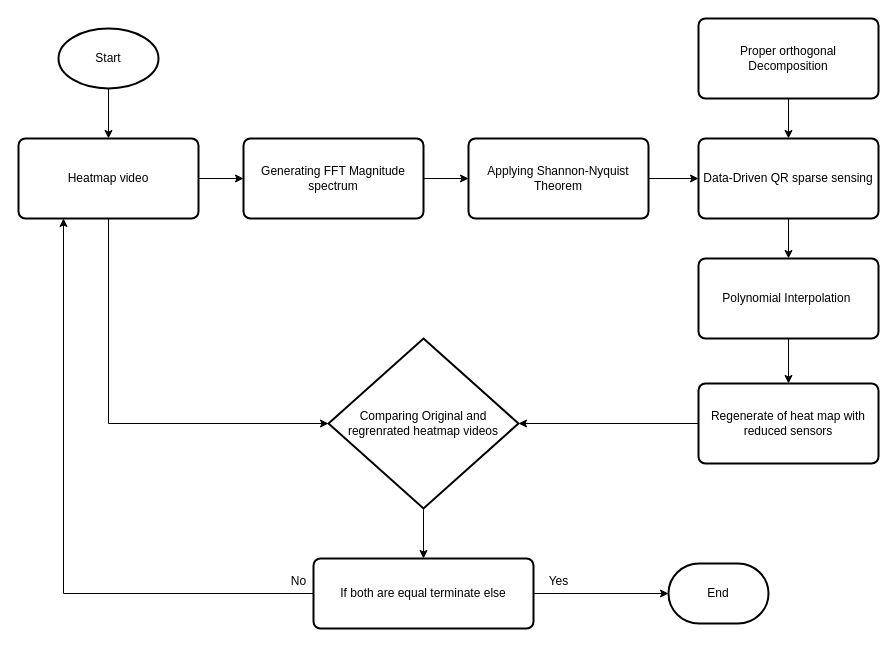
surya-9556/Optimizing-Sensor-Placement keeps this draw.io diagram as page "Page-2" (2 of 3) of Flow Chart.drawio. Above is the earlier version. Source tidied: cells renumbered, new cells numbered last; positions are measured from the earlier drawing's top-left corner, leaving out a move shared by most shapes. Both pictures are drawn from the tidied source at 100%, with x=0, y=0 at pixel (18, 18).
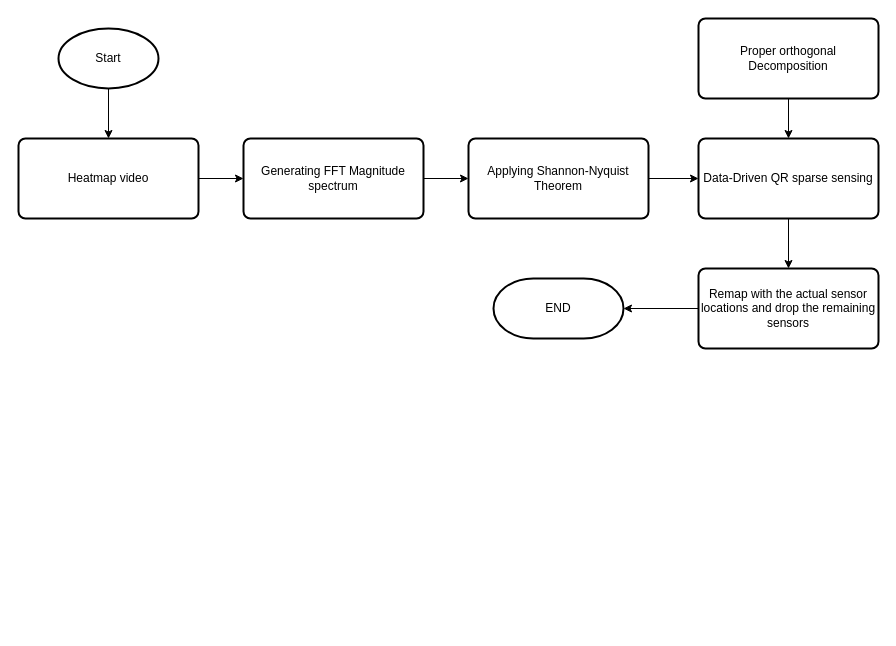
After the change.

The change refers to these unchanged cells:
```xml
<mxCell id="5" value="Heatmap video" style="rounded=1;whiteSpace=wrap;html=1;absoluteArcSize=1;arcSize=14;strokeWidth=2;" parent="1" vertex="1">
  <mxGeometry y="120" width="180" height="80" as="geometry" />
</mxCell>
<mxCell id="11" value="Data-Driven QR sparse sensing" style="rounded=1;whiteSpace=wrap;html=1;absoluteArcSize=1;arcSize=14;strokeWidth=2;" parent="1" vertex="1">
  <mxGeometry x="680" y="120" width="180" height="80" as="geometry" />
</mxCell>
```

Diff of the diagram source:
```diff
@@
-    <mxCell id="10" style="edgeStyle=orthogonalEdgeStyle;rounded=0;jettySize=auto;html=1;exitX=0.5;exitY=1;exitDx=0;exitDy=0;entryX=0.5;entryY=0;entryDx=0;entryDy=0;" parent="1" edge="1" source="11" target="12">
-      <mxGeometry relative="1" as="geometry" />
-    </mxCell>
@@
-    <mxCell id="12" value="Polynomial Interpolation&amp;nbsp;" style="rounded=1;whiteSpace=wrap;html=1;absoluteArcSize=1;arcSize=14;strokeWidth=2;" parent="1" vertex="1">
-      <mxGeometry x="680" y="240" width="180" height="80" as="geometry" />
-    </mxCell>
@@
-    <mxCell id="15" style="edgeStyle=orthogonalEdgeStyle;rounded=0;jettySize=auto;html=1;exitX=0.5;exitY=1;exitDx=0;exitDy=0;entryX=0.5;entryY=0;entryDx=0;entryDy=0;" parent="1" edge="1" source="12" target="16">
+    <mxCell id="15" style="edgeStyle=orthogonalEdgeStyle;rounded=0;jettySize=auto;html=1;exitX=0.5;exitY=1;exitDx=0;exitDy=0;entryX=0.5;entryY=0;entryDx=0;entryDy=0;" parent="1" edge="1" source="11" target="27">
       <mxGeometry relative="1" as="geometry" />
     </mxCell>
-    <mxCell id="16" value="Regenerate of heat map with reduced sensors" style="rounded=1;whiteSpace=wrap;html=1;absoluteArcSize=1;arcSize=14;strokeWidth=2;" parent="1" vertex="1">
-      <mxGeometry x="680" y="365" width="180" height="80" as="geometry" />
-    </mxCell>
-    <mxCell id="17" style="edgeStyle=orthogonalEdgeStyle;rounded=0;jettySize=auto;html=1;exitX=0.5;exitY=1;exitDx=0;exitDy=0;exitPerimeter=0;entryX=0.5;entryY=0;entryDx=0;entryDy=0;" parent="1" edge="1" source="18" target="22">
-      <mxGeometry relative="1" as="geometry" />
-    </mxCell>
-    <mxCell id="18" value="Comparing Original and regrenrated heatmap videos" style="strokeWidth=2;html=1;shape=mxgraph.flowchart.decision;whiteSpace=wrap;" parent="1" vertex="1">
-      <mxGeometry x="310" y="320" width="190" height="170" as="geometry" />
-    </mxCell>
-    <mxCell id="19" style="edgeStyle=orthogonalEdgeStyle;rounded=0;jettySize=auto;html=1;exitX=0;exitY=0.5;exitDx=0;exitDy=0;entryX=1;entryY=0.5;entryDx=0;entryDy=0;entryPerimeter=0;" parent="1" edge="1" source="16" target="18">
-      <mxGeometry relative="1" as="geometry" />
-    </mxCell>
-    <mxCell id="20" style="edgeStyle=orthogonalEdgeStyle;rounded=0;jettySize=auto;html=1;exitX=0.5;exitY=1;exitDx=0;exitDy=0;entryX=0;entryY=0.5;entryDx=0;entryDy=0;entryPerimeter=0;" parent="1" edge="1" source="5" target="18">
-      <mxGeometry relative="1" as="geometry" />
-    </mxCell>
-    <mxCell id="21" style="edgeStyle=orthogonalEdgeStyle;rounded=0;jettySize=auto;html=1;exitX=0;exitY=0.5;exitDx=0;exitDy=0;entryX=0.25;entryY=1;entryDx=0;entryDy=0;" parent="1" edge="1" source="22" target="5">
-      <mxGeometry relative="1" as="geometry" />
-    </mxCell>
-    <mxCell id="22" value="If both are equal terminate else" style="rounded=1;whiteSpace=wrap;html=1;absoluteArcSize=1;arcSize=14;strokeWidth=2;" parent="1" vertex="1">
-      <mxGeometry x="295" y="540" width="220" height="70" as="geometry" />
-    </mxCell>
-    <mxCell id="23" value="End" style="strokeWidth=2;html=1;shape=mxgraph.flowchart.terminator;whiteSpace=wrap;" parent="1" vertex="1">
-      <mxGeometry x="650" y="545" width="100" height="60" as="geometry" />
-    </mxCell>
-    <mxCell id="24" style="edgeStyle=orthogonalEdgeStyle;rounded=0;jettySize=auto;html=1;exitX=1;exitY=0.5;exitDx=0;exitDy=0;entryX=0;entryY=0.5;entryDx=0;entryDy=0;entryPerimeter=0;" parent="1" edge="1" source="22" target="23">
-      <mxGeometry relative="1" as="geometry" />
-    </mxCell>
-    <mxCell id="25" value="Yes" style="text;html=1;align=center;verticalAlign=middle;strokeColor=none;fillColor=none;" parent="1" vertex="1">
-      <mxGeometry x="520" y="548" width="40" height="30" as="geometry" />
-    </mxCell>
-    <mxCell id="26" value="No" style="text;html=1;align=center;verticalAlign=middle;strokeColor=none;fillColor=none;" parent="1" vertex="1">
-      <mxGeometry x="260" y="548" width="40" height="30" as="geometry" />
-    </mxCell>
+    <mxCell id="27" value="Remap with the actual sensor locations and drop the remaining sensors" style="rounded=1;whiteSpace=wrap;html=1;absoluteArcSize=1;arcSize=14;strokeWidth=2;" parent="1" vertex="1">
+      <mxGeometry x="680" y="250" width="180" height="80" as="geometry" />
+    </mxCell>
+    <mxCell id="28" value="END" style="strokeWidth=2;html=1;shape=mxgraph.flowchart.terminator;whiteSpace=wrap;" parent="1" vertex="1">
+      <mxGeometry x="475" y="260" width="130" height="60" as="geometry" />
+    </mxCell>
+    <mxCell id="29" style="edgeStyle=orthogonalEdgeStyle;rounded=0;jettySize=auto;html=1;exitX=0;exitY=0.5;exitDx=0;exitDy=0;entryX=1;entryY=0.5;entryDx=0;entryDy=0;entryPerimeter=0;" parent="1" edge="1" source="27" target="28">
+      <mxGeometry relative="1" as="geometry" />
+    </mxCell>
```
